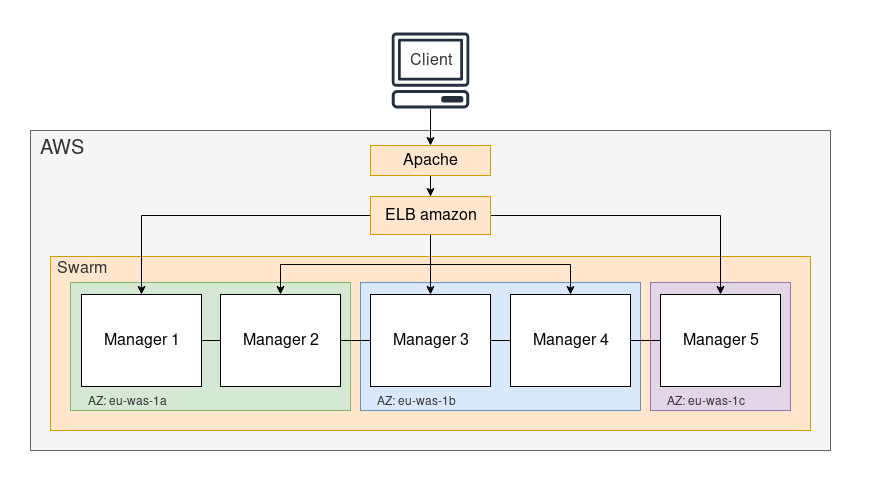
Above: images/AWS_swarm.png in MonsieurPaulLeBoulanger/prez_docker (draw.io), before the change. Source tidied: cells renumbered, new cells last; positions are measured from the earlier drawing's top-left corner, leaving out a move shared by most shapes.
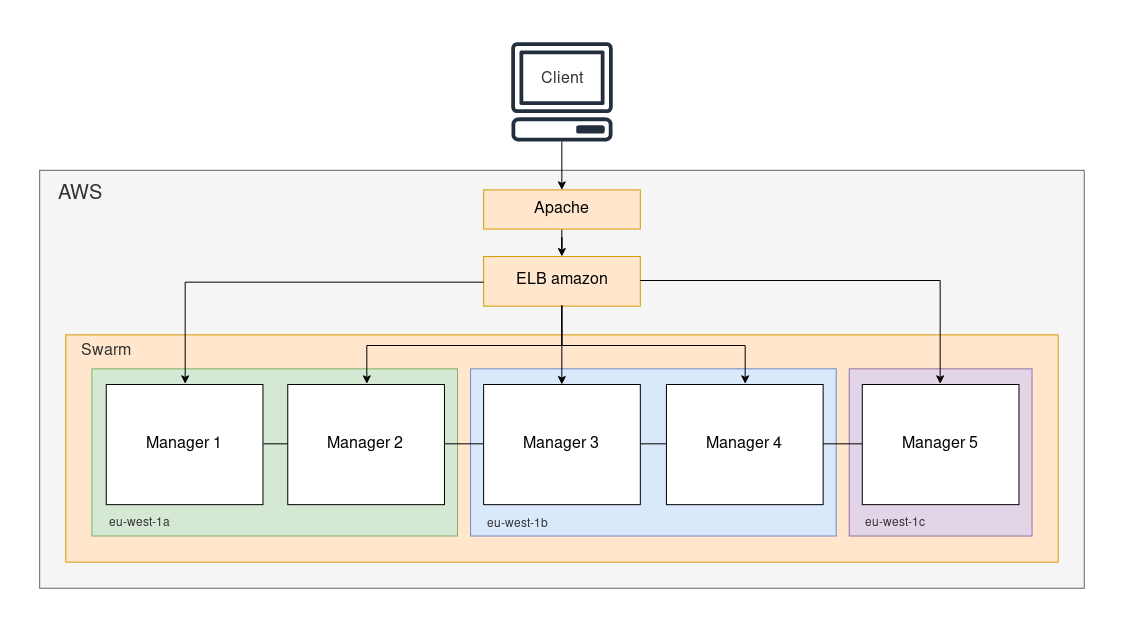
Later version of the same file.

Diff of the diagram source:
```diff
@@ -2,89 +2,95 @@
   <root>
     <mxCell id="0" />
     <mxCell id="1" parent="0" />
-    <mxCell id="2" style="whiteSpace=wrap;html=1;rounded=0;fontFamily=Courier New;strokeColor=none;" parent="1" vertex="1">
-      <mxGeometry width="870" height="490" as="geometry" />
-    </mxCell>
-    <mxCell id="3" style="rounded=0;whiteSpace=wrap;html=1;fontFamily=Courier New;labelBorderColor=none;labelBackgroundColor=none;fillColor=#f5f5f5;strokeColor=#666666;fontColor=#333333;" parent="1" vertex="1">
-      <mxGeometry x="30" y="130" width="800" height="320" as="geometry" />
-    </mxCell>
-    <mxCell id="4" style="rounded=0;whiteSpace=wrap;html=1;strokeColor=#d79b00;fillColor=#ffe6cc;fontFamily=Courier New;" parent="1" vertex="1">
-      <mxGeometry x="50" y="256" width="760" height="174" as="geometry" />
-    </mxCell>
-    <mxCell id="5" style="rounded=0;whiteSpace=wrap;html=1;fontFamily=Courier New;labelPosition=left;verticalLabelPosition=top;align=right;verticalAlign=bottom;fillColor=#e1d5e7;strokeColor=#9673a6;" parent="1" vertex="1">
-      <mxGeometry x="650" y="282" width="140" height="128" as="geometry" />
-    </mxCell>
-    <mxCell id="6" style="rounded=0;whiteSpace=wrap;html=1;fontFamily=Courier New;labelPosition=left;verticalLabelPosition=top;align=right;verticalAlign=bottom;fillColor=#dae8fc;strokeColor=#6c8ebf;" parent="1" vertex="1">
-      <mxGeometry x="360" y="282" width="280" height="128" as="geometry" />
-    </mxCell>
-    <mxCell id="7" style="rounded=0;whiteSpace=wrap;html=1;fontFamily=Courier New;labelPosition=left;verticalLabelPosition=top;align=right;verticalAlign=bottom;fillColor=#d5e8d4;strokeColor=#82b366;" parent="1" vertex="1">
-      <mxGeometry x="70" y="282" width="280" height="128" as="geometry" />
-    </mxCell>
-    <mxCell id="8" style="edgeStyle=orthogonalEdgeStyle;rounded=0;jettySize=auto;html=1;fontFamily=Courier New;fontColor=#333333;" parent="1" edge="1" source="9" target="24">
-      <mxGeometry relative="1" as="geometry" />
-    </mxCell>
-    <mxCell id="9" style="outlineConnect=0;fontColor=#232F3E;gradientColor=none;fillColor=#232F3E;strokeColor=none;dashed=0;verticalLabelPosition=bottom;verticalAlign=top;align=center;html=1;fontSize=12;fontStyle=0;shape=mxgraph.aws4.client;" parent="1" vertex="1">
-      <mxGeometry x="391" y="32" width="78" height="76" as="geometry" />
-    </mxCell>
-    <mxCell id="10" style="edgeStyle=orthogonalEdgeStyle;rounded=0;jettySize=auto;html=1;entryX=0.5;entryY=0;entryDx=0;entryDy=0;fontFamily=Courier New;" parent="1" edge="1" source="15" target="16">
-      <mxGeometry relative="1" as="geometry" />
-    </mxCell>
-    <mxCell id="11" style="edgeStyle=orthogonalEdgeStyle;rounded=0;jettySize=auto;html=1;exitX=0.5;exitY=1;exitDx=0;exitDy=0;fontFamily=Courier New;" parent="1" edge="1" source="15" target="28">
-      <mxGeometry relative="1" as="geometry" />
-    </mxCell>
-    <mxCell id="12" style="edgeStyle=orthogonalEdgeStyle;rounded=0;jettySize=auto;html=1;exitX=1;exitY=0.5;exitDx=0;exitDy=0;entryX=0.5;entryY=0;entryDx=0;entryDy=0;fontFamily=Courier New;" parent="1" edge="1" source="15" target="17">
-      <mxGeometry relative="1" as="geometry" />
-    </mxCell>
-    <mxCell id="13" style="edgeStyle=orthogonalEdgeStyle;rounded=0;jettySize=auto;html=1;exitX=0.5;exitY=1;exitDx=0;exitDy=0;entryX=0.5;entryY=0;entryDx=0;entryDy=0;fontFamily=Courier New;fontColor=#333333;" parent="1" edge="1" source="15" target="27">
-      <mxGeometry relative="1" as="geometry" />
-    </mxCell>
-    <mxCell id="14" style="edgeStyle=orthogonalEdgeStyle;rounded=0;jettySize=auto;html=1;exitX=0.5;exitY=1;exitDx=0;exitDy=0;entryX=0.5;entryY=0;entryDx=0;entryDy=0;fontFamily=Courier New;fontColor=#333333;" parent="1" edge="1" source="15" target="29">
-      <mxGeometry relative="1" as="geometry" />
-    </mxCell>
+    <mxCell id="30" style="group;" parent="1" vertex="1">
+      <mxGeometry width="1136" height="640" as="geometry" />
+    </mxCell>
+    <mxCell id="31" style="group;" parent="30" vertex="1">
+      <mxGeometry width="1136" height="640" as="geometry" />
+    </mxCell>
+    <mxCell id="32" style="whiteSpace=wrap;html=1;rounded=0;fontFamily=Courier New;strokeColor=none;" parent="31" vertex="1">
+      <mxGeometry width="1136" height="640" as="geometry" />
+    </mxCell>
+    <mxCell id="33" style="rounded=0;whiteSpace=wrap;html=1;fontFamily=Courier New;labelBorderColor=none;labelBackgroundColor=none;fillColor=#f5f5f5;strokeColor=#666666;fontColor=#333333;" parent="31" vertex="1">
+      <mxGeometry x="39.2" y="169.8" width="1044.6" height="418" as="geometry" />
+    </mxCell>
+    <mxCell id="34" style="rounded=0;whiteSpace=wrap;html=1;strokeColor=#d79b00;fillColor=#ffe6cc;fontFamily=Courier New;" parent="31" vertex="1">
+      <mxGeometry x="65.3" y="334.4" width="992.4" height="227.3" as="geometry" />
+    </mxCell>
+    <mxCell id="35" style="rounded=0;whiteSpace=wrap;html=1;fontFamily=Courier New;labelPosition=left;verticalLabelPosition=top;align=right;verticalAlign=bottom;fillColor=#e1d5e7;strokeColor=#9673a6;" parent="31" vertex="1">
+      <mxGeometry x="848.7" y="368.3" width="182.8" height="167.2" as="geometry" />
+    </mxCell>
+    <mxCell id="36" style="rounded=0;whiteSpace=wrap;html=1;fontFamily=Courier New;labelPosition=left;verticalLabelPosition=top;align=right;verticalAlign=bottom;fillColor=#dae8fc;strokeColor=#6c8ebf;" parent="31" vertex="1">
+      <mxGeometry x="470.1" y="368.3" width="365.6" height="167.2" as="geometry" />
+    </mxCell>
+    <mxCell id="37" style="rounded=0;whiteSpace=wrap;html=1;fontFamily=Courier New;labelPosition=left;verticalLabelPosition=top;align=right;verticalAlign=bottom;fillColor=#d5e8d4;strokeColor=#82b366;" parent="31" vertex="1">
+      <mxGeometry x="91.4" y="368.3" width="365.6" height="167.2" as="geometry" />
+    </mxCell>
+    <mxCell id="38" style="outlineConnect=0;fontColor=#232F3E;gradientColor=none;fillColor=#232F3E;strokeColor=none;dashed=0;verticalLabelPosition=bottom;verticalAlign=top;align=center;html=1;fontSize=12;fontStyle=0;shape=mxgraph.aws4.client;" parent="31" vertex="1">
+      <mxGeometry x="510.5" y="41.8" width="101.8" height="99.2" as="geometry" />
+    </mxCell>
-    <mxCell id="15" value="&lt;font style=&quot;font-size: 16px&quot; face=&quot;Helvetica&quot;&gt;ELB amazon&lt;/font&gt;" style="rounded=0;whiteSpace=wrap;html=1;fontFamily=Courier New;fillColor=#ffe6cc;strokeColor=#d79b00;" parent="1" vertex="1">
-      <mxGeometry x="370" y="196" width="120" height="38" as="geometry" />
+    <mxCell id="15" value="&lt;font style=&quot;font-size: 16px&quot; face=&quot;Helvetica&quot;&gt;ELB amazon&lt;/font&gt;" style="rounded=0;whiteSpace=wrap;html=1;fontFamily=Courier New;fillColor=#ffe6cc;strokeColor=#d79b00;" parent="31" vertex="1">
+      <mxGeometry x="483.1" y="256" width="156.7" height="49.6" as="geometry" />
     </mxCell>
-    <mxCell id="16" value="&lt;font style=&quot;font-size: 16px&quot; face=&quot;Helvetica&quot;&gt;Manager 1&lt;/font&gt;" style="rounded=0;whiteSpace=wrap;html=1;fontFamily=Courier New;" parent="1" vertex="1">
-      <mxGeometry x="81" y="294" width="120" height="92" as="geometry" />
+    <mxCell id="16" value="&lt;font style=&quot;font-size: 16px&quot; face=&quot;Helvetica&quot;&gt;Manager 1&lt;/font&gt;" style="rounded=0;whiteSpace=wrap;html=1;fontFamily=Courier New;" parent="31" vertex="1">
+      <mxGeometry x="105.8" y="384" width="156.7" height="120.2" as="geometry" />
     </mxCell>
+    <mxCell id="10" style="edgeStyle=orthogonalEdgeStyle;rounded=0;jettySize=auto;html=1;entryX=0.5;entryY=0;entryDx=0;entryDy=0;fontFamily=Courier New;" parent="31" edge="1" source="15" target="16">
+      <mxGeometry relative="1" as="geometry" />
+    </mxCell>
-    <mxCell id="17" value="&lt;font style=&quot;font-size: 16px&quot; face=&quot;Helvetica&quot;&gt;Manager 5&lt;/font&gt;" style="rounded=0;whiteSpace=wrap;html=1;fontFamily=Courier New;" parent="1" vertex="1">
-      <mxGeometry x="660" y="294" width="120" height="92" as="geometry" />
+    <mxCell id="17" value="&lt;font style=&quot;font-size: 16px&quot; face=&quot;Helvetica&quot;&gt;Manager 5&lt;/font&gt;" style="rounded=0;whiteSpace=wrap;html=1;fontFamily=Courier New;" parent="31" vertex="1">
+      <mxGeometry x="861.8" y="384" width="156.7" height="120.2" as="geometry" />
     </mxCell>
+    <mxCell id="12" style="edgeStyle=orthogonalEdgeStyle;rounded=0;jettySize=auto;html=1;exitX=1;exitY=0.5;exitDx=0;exitDy=0;entryX=0.5;entryY=0;entryDx=0;entryDy=0;fontFamily=Courier New;" parent="31" edge="1" source="15" target="17">
+      <mxGeometry relative="1" as="geometry" />
+    </mxCell>
-    <mxCell id="18" value="&lt;font style=&quot;font-size: 20px&quot; face=&quot;Helvetica&quot;&gt;AWS&lt;/font&gt;" style="text;html=1;strokeColor=none;fillColor=none;align=center;verticalAlign=middle;whiteSpace=wrap;rounded=0;fontFamily=Courier New;fontColor=#333333;" parent="1" vertex="1">
-      <mxGeometry x="41" y="138" width="40" height="20" as="geometry" />
+    <mxCell id="18" value="&lt;font style=&quot;font-size: 20px&quot; face=&quot;Helvetica&quot;&gt;AWS&lt;/font&gt;" style="text;html=1;strokeColor=none;fillColor=none;align=center;verticalAlign=middle;whiteSpace=wrap;rounded=0;fontFamily=Courier New;fontColor=#333333;" parent="31" vertex="1">
+      <mxGeometry x="53.5" y="180.2" width="52.2" height="26.1" as="geometry" />
     </mxCell>
-    <mxCell id="19" value="&lt;font style=&quot;font-size: 12px&quot; face=&quot;Helvetica&quot;&gt;AZ: eu-was-1a&lt;/font&gt;" style="text;html=1;strokeColor=none;fillColor=none;align=center;verticalAlign=middle;whiteSpace=wrap;rounded=0;fontFamily=Courier New;fontColor=#333333;" parent="1" vertex="1">
-      <mxGeometry x="81" y="391" width="90" height="20" as="geometry" />
-    </mxCell>
-    <mxCell id="20" value="&lt;font style=&quot;font-size: 12px&quot; face=&quot;Helvetica&quot;&gt;AZ: eu-was-1b&lt;/font&gt;" style="text;html=1;strokeColor=none;fillColor=none;align=center;verticalAlign=middle;whiteSpace=wrap;rounded=0;fontFamily=Courier New;fontColor=#333333;" parent="1" vertex="1">
-      <mxGeometry x="370" y="391" width="90" height="20" as="geometry" />
-    </mxCell>
-    <mxCell id="21" value="&lt;font style=&quot;font-size: 12px&quot; face=&quot;Helvetica&quot;&gt;AZ: eu-was-1c&lt;/font&gt;" style="text;html=1;strokeColor=none;fillColor=none;align=center;verticalAlign=middle;whiteSpace=wrap;rounded=0;fontFamily=Courier New;fontColor=#333333;" parent="1" vertex="1">
-      <mxGeometry x="660" y="391" width="90" height="20" as="geometry" />
-    </mxCell>
+    <mxCell id="39" value="&lt;font style=&quot;font-size: 12px&quot; face=&quot;Helvetica&quot;&gt;eu-west-1a&lt;/font&gt;" style="text;html=1;strokeColor=none;fillColor=none;align=center;verticalAlign=middle;whiteSpace=wrap;rounded=0;fontFamily=Courier New;fontColor=#333333;" parent="31" vertex="1">
+      <mxGeometry x="79.7" y="509.4" width="117.5" height="26.1" as="geometry" />
+    </mxCell>
+    <mxCell id="40" value="&lt;font style=&quot;font-size: 12px&quot; face=&quot;Helvetica&quot;&gt;eu-west-1b&lt;/font&gt;" style="text;html=1;strokeColor=none;fillColor=none;align=center;verticalAlign=middle;whiteSpace=wrap;rounded=0;fontFamily=Courier New;fontColor=#333333;" parent="31" vertex="1">
+      <mxGeometry x="457" y="510.7" width="117.5" height="26.1" as="geometry" />
+    </mxCell>
+    <mxCell id="41" value="&lt;font style=&quot;font-size: 12px&quot; face=&quot;Helvetica&quot;&gt;eu-west-1c&lt;/font&gt;" style="text;html=1;strokeColor=none;fillColor=none;align=center;verticalAlign=middle;whiteSpace=wrap;rounded=0;fontFamily=Courier New;fontColor=#333333;" parent="31" vertex="1">
+      <mxGeometry x="835.7" y="509.4" width="117.5" height="26.1" as="geometry" />
+    </mxCell>
-    <mxCell id="22" value="&lt;font style=&quot;font-size: 16px&quot; face=&quot;Helvetica&quot;&gt;Swarm&lt;/font&gt;" style="text;html=1;strokeColor=none;fillColor=none;align=center;verticalAlign=middle;whiteSpace=wrap;rounded=0;fontFamily=Courier New;fontColor=#333333;" parent="1" vertex="1">
-      <mxGeometry x="61" y="258" width="40" height="20" as="geometry" />
+    <mxCell id="22" value="&lt;font style=&quot;font-size: 16px&quot; face=&quot;Helvetica&quot;&gt;Swarm&lt;/font&gt;" style="text;html=1;strokeColor=none;fillColor=none;align=center;verticalAlign=middle;whiteSpace=wrap;rounded=0;fontFamily=Courier New;fontColor=#333333;" parent="31" vertex="1">
+      <mxGeometry x="79.7" y="337" width="52.2" height="26.1" as="geometry" />
     </mxCell>
-    <mxCell id="23" style="edgeStyle=orthogonalEdgeStyle;rounded=0;jettySize=auto;html=1;fontFamily=Courier New;fontColor=#333333;" parent="1" edge="1" source="24" target="15">
+    <mxCell id="23" style="edgeStyle=orthogonalEdgeStyle;rounded=0;jettySize=auto;html=1;fontFamily=Courier New;fontColor=#333333;" parent="31" edge="1" source="24" target="15">
       <mxGeometry relative="1" as="geometry" />
     </mxCell>
-    <mxCell id="24" value="&lt;font style=&quot;font-size: 16px&quot; face=&quot;Helvetica&quot;&gt;Apache&lt;/font&gt;" style="rounded=0;whiteSpace=wrap;html=1;fontFamily=Courier New;fillColor=#ffe6cc;strokeColor=#d79b00;" parent="1" vertex="1">
-      <mxGeometry x="370" y="145" width="120" height="30" as="geometry" />
+    <mxCell id="24" value="&lt;font style=&quot;font-size: 16px&quot; face=&quot;Helvetica&quot;&gt;Apache&lt;/font&gt;" style="rounded=0;whiteSpace=wrap;html=1;fontFamily=Courier New;fillColor=#ffe6cc;strokeColor=#d79b00;" parent="31" vertex="1">
+      <mxGeometry x="483.1" y="189.4" width="156.7" height="39.2" as="geometry" />
     </mxCell>
+    <mxCell id="42" style="edgeStyle=orthogonalEdgeStyle;rounded=0;jettySize=auto;html=1;fontFamily=Courier New;fontColor=#333333;" parent="31" edge="1" source="38" target="24">
+      <mxGeometry relative="1" as="geometry" />
+    </mxCell>
-    <mxCell id="25" value="&lt;font style=&quot;font-size: 16px&quot; face=&quot;Helvetica&quot;&gt;Client&lt;/font&gt;" style="text;html=1;strokeColor=none;fillColor=none;align=center;verticalAlign=middle;whiteSpace=wrap;rounded=0;fontFamily=Courier New;fontColor=#333333;" parent="1" vertex="1">
-      <mxGeometry x="410" y="50" width="40" height="20" as="geometry" />
+    <mxCell id="25" value="&lt;font style=&quot;font-size: 16px&quot; face=&quot;Helvetica&quot;&gt;Client&lt;/font&gt;" style="text;html=1;strokeColor=none;fillColor=none;align=center;verticalAlign=middle;whiteSpace=wrap;rounded=0;fontFamily=Courier New;fontColor=#333333;" parent="31" vertex="1">
+      <mxGeometry x="535.4" y="65.3" width="52.2" height="26.1" as="geometry" />
     </mxCell>
-    <mxCell id="26" style="endArrow=none;html=1;fontFamily=Courier New;fontColor=#333333;entryX=1;entryY=0.5;entryDx=0;entryDy=0;exitX=0;exitY=0.5;exitDx=0;exitDy=0;" parent="1" edge="1" source="17" target="16">
+    <mxCell id="26" style="endArrow=none;html=1;fontFamily=Courier New;fontColor=#333333;entryX=1;entryY=0.5;entryDx=0;entryDy=0;exitX=0;exitY=0.5;exitDx=0;exitDy=0;" parent="31" edge="1" source="17" target="16">
       <mxGeometry relative="1" as="geometry" />
     </mxCell>
-    <mxCell id="27" value="&lt;font style=&quot;font-size: 16px&quot; face=&quot;Helvetica&quot;&gt;Manager 2&lt;/font&gt;" style="rounded=0;whiteSpace=wrap;html=1;fontFamily=Courier New;" parent="1" vertex="1">
-      <mxGeometry x="220" y="294" width="120" height="92" as="geometry" />
+    <mxCell id="27" value="&lt;font style=&quot;font-size: 16px&quot; face=&quot;Helvetica&quot;&gt;Manager 2&lt;/font&gt;" style="rounded=0;whiteSpace=wrap;html=1;fontFamily=Courier New;" parent="31" vertex="1">
+      <mxGeometry x="287.3" y="384" width="156.7" height="120.2" as="geometry" />
     </mxCell>
+    <mxCell id="13" style="edgeStyle=orthogonalEdgeStyle;rounded=0;jettySize=auto;html=1;exitX=0.5;exitY=1;exitDx=0;exitDy=0;entryX=0.5;entryY=0;entryDx=0;entryDy=0;fontFamily=Courier New;fontColor=#333333;" parent="31" edge="1" source="15" target="27">
+      <mxGeometry relative="1" as="geometry" />
+    </mxCell>
-    <mxCell id="28" value="&lt;font style=&quot;font-size: 16px&quot; face=&quot;Helvetica&quot;&gt;Manager 3&lt;/font&gt;" style="rounded=0;whiteSpace=wrap;html=1;fontFamily=Courier New;" parent="1" vertex="1">
-      <mxGeometry x="370" y="294" width="120" height="92" as="geometry" />
+    <mxCell id="28" value="&lt;font style=&quot;font-size: 16px&quot; face=&quot;Helvetica&quot;&gt;Manager 3&lt;/font&gt;" style="rounded=0;whiteSpace=wrap;html=1;fontFamily=Courier New;" parent="31" vertex="1">
+      <mxGeometry x="483.1" y="384" width="156.7" height="120.2" as="geometry" />
     </mxCell>
+    <mxCell id="11" style="edgeStyle=orthogonalEdgeStyle;rounded=0;jettySize=auto;html=1;exitX=0.5;exitY=1;exitDx=0;exitDy=0;fontFamily=Courier New;" parent="31" edge="1" source="15" target="28">
+      <mxGeometry relative="1" as="geometry" />
+    </mxCell>
-    <mxCell id="29" value="&lt;font style=&quot;font-size: 16px&quot; face=&quot;Helvetica&quot;&gt;Manager 4&lt;/font&gt;" style="rounded=0;whiteSpace=wrap;html=1;fontFamily=Courier New;" parent="1" vertex="1">
-      <mxGeometry x="510" y="294" width="120" height="92" as="geometry" />
+    <mxCell id="29" value="&lt;font style=&quot;font-size: 16px&quot; face=&quot;Helvetica&quot;&gt;Manager 4&lt;/font&gt;" style="rounded=0;whiteSpace=wrap;html=1;fontFamily=Courier New;" parent="31" vertex="1">
+      <mxGeometry x="665.9" y="384" width="156.7" height="120.2" as="geometry" />
     </mxCell>
+    <mxCell id="14" style="edgeStyle=orthogonalEdgeStyle;rounded=0;jettySize=auto;html=1;exitX=0.5;exitY=1;exitDx=0;exitDy=0;entryX=0.5;entryY=0;entryDx=0;entryDy=0;fontFamily=Courier New;fontColor=#333333;" parent="31" edge="1" source="15" target="29">
+      <mxGeometry relative="1" as="geometry" />
+    </mxCell>
   </root>
 </mxGraphModel>
```
